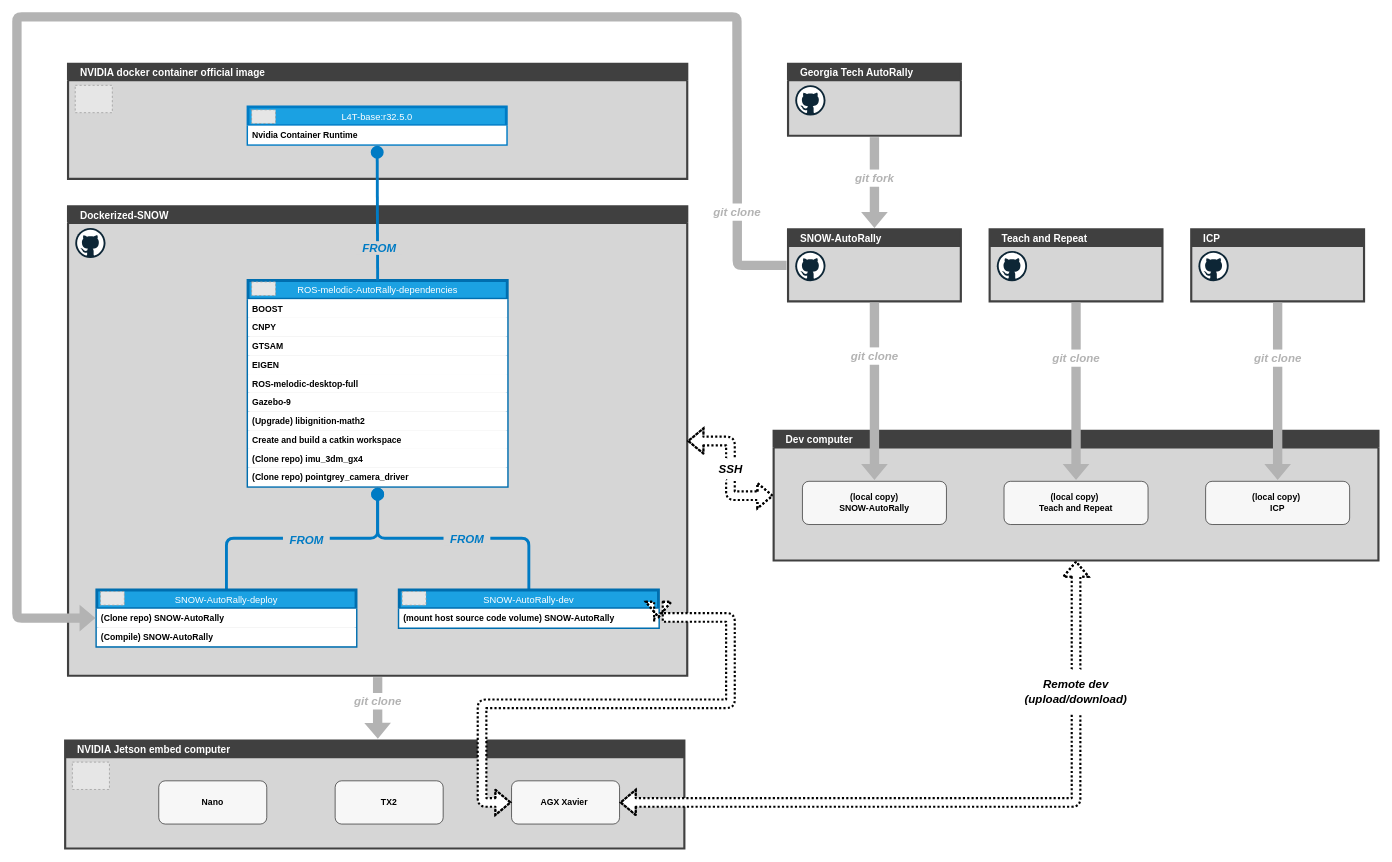
This is drawio/dockerized_snow_plan.drawio from RedLeader962/Dockerized-SNOW, a draw.io file, before an edit. Source tidied: cells renumbered, new cells numbered last; positions are measured from the earlier drawing's top-left corner, leaving out a move shared by most shapes. Both pictures are drawn from the tidied source at 72%, with x=0, y=0 at pixel (17, 17). Pictures stored in the file or linked from it are replaced by grey dashed boxes.
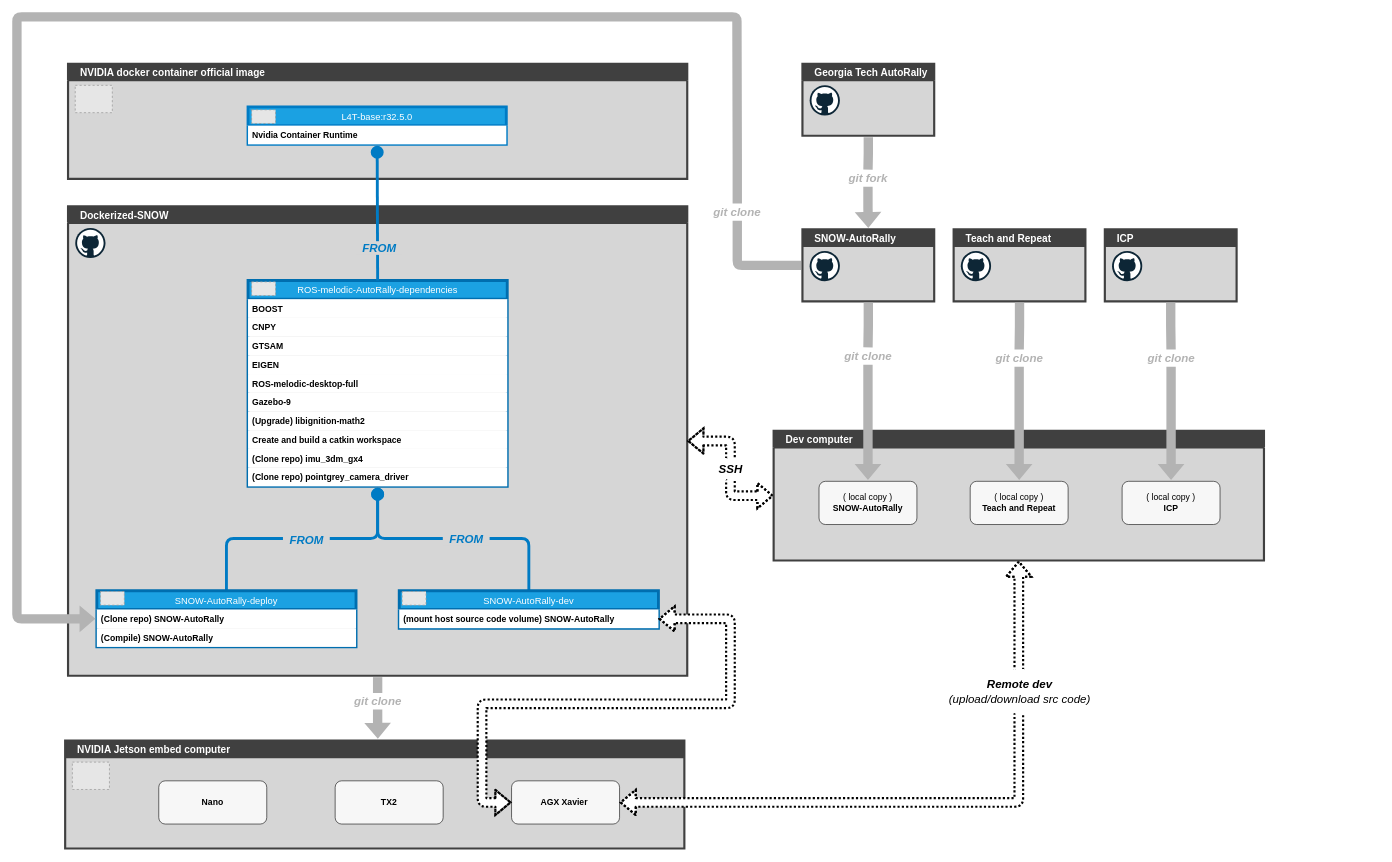
Above is the later version.

Unchanged cells that the change refers to:
```xml
<mxCell id="6" value="Dockerized-SNOW" style="swimlane;align=left;spacingLeft=15;strokeWidth=3;rounded=0;shadow=0;sketch=0;fillColor=#404040;fontStyle=1;fontSize=14;fontColor=#FFFFFF;swimlaneFillColor=#D6D6D6;strokeColor=#404040;" parent="1" vertex="1">
  <mxGeometry x="71" y="263" width="860" height="652" as="geometry" />
</mxCell>
<mxCell id="24" value="(mount host source code volume) SNOW-AutoRally " style="text;strokeColor=none;fillColor=#FFFFFF;align=left;verticalAlign=top;spacingLeft=4;spacingRight=4;overflow=hidden;points=[[0,0.5],[1,0.5]];portConstraint=eastwest;fontStyle=1;" parent="23" vertex="1">
  <mxGeometry y="26" width="360" height="26" as="geometry" />
</mxCell>
<mxCell id="36" value="&lt;span style=&quot;font-weight: bold&quot;&gt;AGX Xavier&amp;nbsp;&lt;/span&gt;" style="rounded=1;whiteSpace=wrap;html=1;startSize=23;align=center;opacity=80;" parent="34" vertex="1">
  <mxGeometry x="620" y="56" width="150" height="60" as="geometry" />
</mxCell>
<mxCell id="69" style="group;" parent="1" vertex="1">
  <mxGeometry x="1137" y="180" width="97" height="250" as="geometry" />
</mxCell>
```

What changed in the source:
```diff
@@
     <mxCell id="23" value="SNOW-AutoRally-dev" style="swimlane;fontStyle=0;horizontal=1;startSize=26;fillColor=#1ba1e2;fontColor=#ffffff;strokeColor=#006EAF;strokeWidth=4;sketch=0;shadow=0;fontSize=13;rounded=0;" parent="6" vertex="1">
-      <mxGeometry x="460" y="533" width="360" height="52" as="geometry" />
+      <mxGeometry x="460" y="534" width="360" height="52" as="geometry" />
     </mxCell>
@@
     <mxCell id="25" value="SNOW-AutoRally-deploy" style="swimlane;fontStyle=0;horizontal=1;startSize=26;fillColor=#1ba1e2;fontColor=#ffffff;strokeColor=#006EAF;strokeWidth=4;sketch=0;shadow=0;fontSize=13;rounded=0;" parent="6" vertex="1">
-      <mxGeometry x="40" y="533" width="360" height="78" as="geometry" />
+      <mxGeometry x="40" y="534" width="360" height="78" as="geometry" />
     </mxCell>
@@
     <mxCell id="30" value="SNOW-AutoRally " style="swimlane;align=left;spacingLeft=15;strokeWidth=3;rounded=0;shadow=0;sketch=0;fillColor=#404040;fontStyle=1;fontSize=14;fontColor=#FFFFFF;swimlaneFillColor=#D6D6D6;strokeColor=#404040;" parent="1" vertex="1">
-      <mxGeometry x="1071" y="295" width="240" height="100" as="geometry" />
+      <mxGeometry x="1091" y="295" width="183" height="100" as="geometry" />
     </mxCell>
@@
     <mxCell id="32" value="Georgia Tech AutoRally" style="swimlane;align=left;spacingLeft=15;strokeWidth=3;rounded=0;shadow=0;sketch=0;fillColor=#404040;fontStyle=1;fontSize=14;fontColor=#FFFFFF;labelBackgroundColor=none;swimlaneFillColor=#D6D6D6;strokeColor=#404040;" parent="1" vertex="1">
-      <mxGeometry x="1071" y="65" width="240" height="100" as="geometry" />
+      <mxGeometry x="1091" y="65" width="183" height="100" as="geometry" />
     </mxCell>
@@
     <mxCell id="40" style="edgeStyle=orthogonalEdgeStyle;rounded=1;jumpStyle=arc;jumpSize=6;jettySize=auto;html=1;startArrow=classic;startFill=1;endArrow=classic;strokeWidth=3;dashed=1;sketch=0;shadow=0;exitX=1;exitY=0.5;exitDx=0;exitDy=0;entryX=0;entryY=0.5;entryDx=0;entryDy=0;shape=flexArrow;dashPattern=1 1;fillColor=#ffffff;" parent="1" edge="1" source="24" target="36">
       <mxGeometry relative="1" as="geometry">
         <Array as="points">
-          <mxPoint x="991" y="834" />
+          <mxPoint x="991" y="836" />
           <mxPoint x="991" y="954" />
           <mxPoint x="646" y="954" />
           <mxPoint x="646" y="1091" />
         </Array>
       </mxGeometry>
     </mxCell>
@@
     <mxCell id="42" value="Dev computer" style="swimlane;align=left;spacingLeft=15;strokeWidth=3;rounded=0;shadow=0;sketch=0;fontStyle=1;fontSize=14;fillColor=#404040;fontColor=#FFFFFF;swimlaneFillColor=#D6D6D6;strokeColor=#404040;" parent="1" vertex="1">
-      <mxGeometry x="1051" y="575" width="840" height="180" as="geometry" />
+      <mxGeometry x="1051" y="575" width="681" height="180" as="geometry" />
     </mxCell>
-    <mxCell id="43" value="&lt;span style=&quot;font-weight: bold&quot;&gt;(local copy) &lt;br&gt;SNOW-AutoRally&lt;/span&gt;" style="rounded=1;whiteSpace=wrap;html=1;startSize=23;align=center;opacity=80;" parent="42" vertex="1">
-      <mxGeometry x="40" y="70" width="200" height="60" as="geometry" />
+    <mxCell id="43" value="( local copy )&lt;br&gt;&lt;b&gt;SNOW-AutoRally&lt;/b&gt;" style="rounded=1;whiteSpace=wrap;html=1;startSize=23;align=center;opacity=80;" parent="42" vertex="1">
+      <mxGeometry x="63" y="70" width="136" height="60" as="geometry" />
     </mxCell>
-    <mxCell id="44" value="&lt;span style=&quot;font-weight: bold&quot;&gt;(local copy)&amp;nbsp;&lt;br&gt;&lt;/span&gt;&lt;span style=&quot;font-weight: bold ; text-align: left&quot;&gt;Teach and Repeat&lt;/span&gt;" style="rounded=1;whiteSpace=wrap;html=1;startSize=23;align=center;opacity=80;" parent="42" vertex="1">
-      <mxGeometry x="320" y="70" width="200" height="60" as="geometry" />
+    <mxCell id="44" value="( local copy )&lt;span style=&quot;font-weight: bold&quot;&gt;&lt;br&gt;&lt;/span&gt;&lt;span style=&quot;font-weight: bold ; text-align: left&quot;&gt;Teach and Repeat&lt;/span&gt;" style="rounded=1;whiteSpace=wrap;html=1;startSize=23;align=center;opacity=80;" parent="42" vertex="1">
+      <mxGeometry x="273" y="70" width="136" height="60" as="geometry" />
     </mxCell>
-    <mxCell id="45" value="&lt;span style=&quot;font-weight: bold&quot;&gt;(local copy)&amp;nbsp;&lt;br&gt;&lt;/span&gt;&lt;span style=&quot;font-weight: bold ; text-align: left&quot;&gt;ICP&lt;/span&gt;" style="rounded=1;whiteSpace=wrap;html=1;startSize=23;align=center;opacity=80;" parent="42" vertex="1">
-      <mxGeometry x="600" y="70" width="200" height="60" as="geometry" />
+    <mxCell id="45" value="( local copy )&lt;span style=&quot;font-weight: bold&quot;&gt;&lt;br&gt;&lt;/span&gt;&lt;span style=&quot;font-weight: bold ; text-align: left&quot;&gt;ICP&lt;/span&gt;" style="rounded=1;whiteSpace=wrap;html=1;startSize=23;align=center;opacity=80;" parent="42" vertex="1">
+      <mxGeometry x="484" y="70" width="136" height="60" as="geometry" />
     </mxCell>
     <mxCell id="46" value="Teach and Repeat" style="swimlane;align=left;spacingLeft=15;strokeWidth=3;rounded=0;shadow=0;sketch=0;fillColor=#404040;fontStyle=1;fontSize=14;fontColor=#FFFFFF;swimlaneFillColor=#D6D6D6;strokeColor=#404040;" parent="1" vertex="1">
-      <mxGeometry x="1351" y="295" width="240" height="100" as="geometry" />
+      <mxGeometry x="1301" y="295" width="183" height="100" as="geometry" />
     </mxCell>
@@
     <mxCell id="48" value="ICP" style="swimlane;align=left;spacingLeft=15;strokeWidth=3;rounded=0;shadow=0;sketch=0;fillColor=#404040;fontStyle=1;fontSize=14;fontColor=#FFFFFF;swimlaneFillColor=#D6D6D6;strokeColor=#404040;" parent="1" vertex="1">
-      <mxGeometry x="1631" y="295" width="240" height="100" as="geometry" />
+      <mxGeometry x="1511" y="295" width="183" height="100" as="geometry" />
     </mxCell>
@@
     <mxCell id="55" style="group;" parent="1" vertex="1">
-      <mxGeometry x="1142.5" y="461" width="97" height="20" as="geometry" />
+      <mxGeometry x="1133.5" y="461" width="97" height="20" as="geometry" />
     </mxCell>
@@
     <mxCell id="61" value="&lt;i style=&quot;color: rgb(179 , 179 , 179) ; font-size: 11px&quot;&gt;&lt;font style=&quot;font-size: 16px&quot;&gt;&lt;b&gt;&amp;nbsp; git clone &amp;nbsp;&lt;/b&gt;&lt;/font&gt;&lt;/i&gt;" style="text;html=1;strokeColor=none;fillColor=none;align=center;verticalAlign=middle;whiteSpace=wrap;rounded=0;labelBackgroundColor=none;" parent="1" vertex="1">
-      <mxGeometry x="1422.5" y="464" width="97" height="20" as="geometry" />
+      <mxGeometry x="1343.5" y="464" width="97" height="20" as="geometry" />
     </mxCell>
@@
-    <mxCell id="66" style="edgeStyle=orthogonalEdgeStyle;rounded=1;jumpStyle=arc;jumpSize=6;jettySize=auto;html=1;exitX=0.5;exitY=1;exitDx=0;exitDy=0;endArrow=classic;strokeWidth=4;sketch=0;shadow=0;shape=flexArrow;fillColor=#B3B3B3;strokeColor=none;" parent="1" edge="1" source="68">
-      <mxGeometry relative="1" as="geometry">
-        <mxPoint x="1751" y="645" as="targetPoint" />
-      </mxGeometry>
+    <mxCell id="66" style="edgeStyle=orthogonalEdgeStyle;rounded=1;jumpStyle=arc;jumpSize=6;jettySize=auto;html=1;exitX=0.5;exitY=1;exitDx=0;exitDy=0;endArrow=classic;strokeWidth=4;sketch=0;shadow=0;shape=flexArrow;fillColor=#B3B3B3;strokeColor=none;" parent="1" edge="1" source="68" target="45">
+      <mxGeometry relative="1" as="geometry" />
     </mxCell>
@@
     <mxCell id="68" value="&lt;i style=&quot;color: rgb(179 , 179 , 179) ; font-size: 11px&quot;&gt;&lt;font style=&quot;font-size: 16px&quot;&gt;&lt;b&gt;&amp;nbsp; git clone &amp;nbsp;&lt;/b&gt;&lt;/font&gt;&lt;/i&gt;" style="text;html=1;strokeColor=none;fillColor=none;align=center;verticalAlign=middle;whiteSpace=wrap;rounded=0;labelBackgroundColor=none;" parent="1" vertex="1">
-      <mxGeometry x="1702.5" y="464" width="97" height="20" as="geometry" />
+      <mxGeometry x="1554.5" y="464" width="97" height="20" as="geometry" />
     </mxCell>
@@
     <mxCell id="70" value="&lt;i style=&quot;color: rgb(179 , 179 , 179) ; font-size: 11px&quot;&gt;&lt;font style=&quot;font-size: 16px&quot;&gt;&lt;b&gt;&amp;nbsp; git fork &amp;nbsp;&lt;/b&gt;&lt;/font&gt;&lt;/i&gt;" style="text;html=1;strokeColor=none;fillColor=none;align=center;verticalAlign=middle;whiteSpace=wrap;rounded=0;labelBackgroundColor=none;" parent="69" vertex="1">
-      <mxGeometry x="5.5" y="34" width="97" height="20" as="geometry" />
+      <mxGeometry x="-3.5" y="34" width="97" height="20" as="geometry" />
     </mxCell>
@@
-    <mxCell id="77" value="&lt;i style=&quot;font-size: 11px&quot;&gt;&lt;font style=&quot;font-size: 16px&quot;&gt;&lt;b&gt;Remote dev&lt;br&gt;(upload/download)&lt;/b&gt;&lt;/font&gt;&lt;/i&gt;" style="rounded=0;whiteSpace=wrap;html=1;labelBackgroundColor=#ffffff;dashed=1;strokeWidth=3;dashPattern=1 1;perimeterSpacing=1;arcSize=50;strokeColor=#FFFFFF;" parent="1" vertex="1">
-      <mxGeometry x="1384" y="907" width="174" height="60" as="geometry" />
+    <mxCell id="77" value="&lt;i style=&quot;font-size: 11px&quot;&gt;&lt;font style=&quot;font-size: 16px&quot;&gt;&lt;b&gt;Remote dev&lt;/b&gt;&lt;br&gt;(upload/download src code)&lt;/font&gt;&lt;/i&gt;" style="rounded=0;whiteSpace=wrap;html=1;labelBackgroundColor=#ffffff;dashed=1;strokeWidth=3;dashPattern=1 1;perimeterSpacing=1;arcSize=50;strokeColor=#FFFFFF;" parent="1" vertex="1">
+      <mxGeometry x="1264" y="907" width="258" height="60" as="geometry" />
     </mxCell>
```
